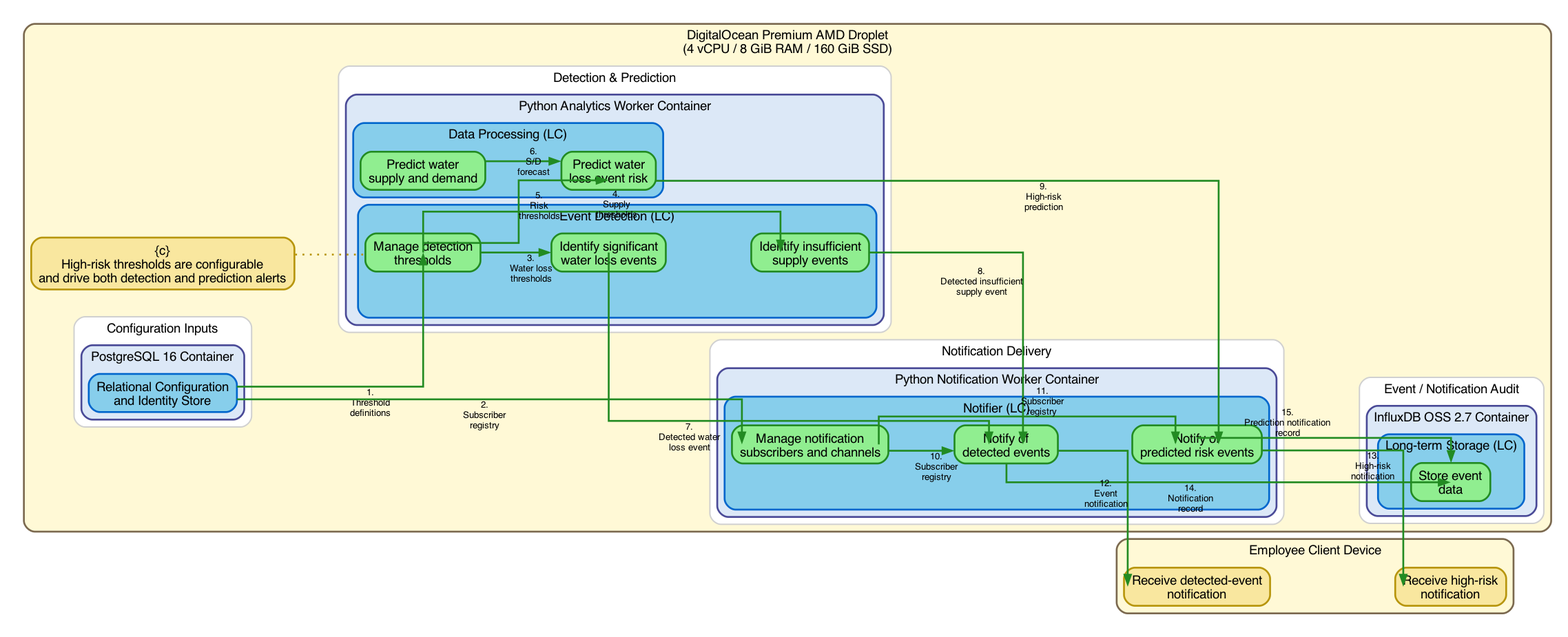
Above: se/PA/scenario_notify_events_and_risks.graphviz.png in DeltaLabo/ASADA_Paso_Ancho (Graphviz), before the change. Its source is kept beside it as se/PA/scenario_notify_events_and_risks.dot. Its diagram source:
```dot
digraph ScenarioNotifyEventsAndRisks {
  graph [
    rankdir=LR,
    splines=ortho,
    newrank=true,
    nodesep=0.55,
    ranksep=1.0,
    pad=0.25,
    compound=true,
    forcelabels=true,
    bgcolor="white",
    fontname="Helvetica"
  ];

  node [
    shape=box,
    style="rounded,filled",
    fillcolor="#FFFCB7",
    color="#7B694F",
    penwidth=2,
    fontname="Helvetica",
    margin="0.12,0.08"
  ];

  edge [
    color="#228B22",
    penwidth=2,
    fontname="Helvetica",
    fontsize=10
  ];

  subgraph cluster_server_host {
    label="DigitalOcean Premium AMD Droplet\n(4 vCPU / 8 GiB RAM / 160 GiB SSD)";
    color="#7B694F";
    penwidth=2;
    style="rounded,filled";
    fillcolor="#FFF9D6";

    subgraph cluster_configuration_inputs {
      label="Configuration Inputs";
      color="#D0D0D0";
      penwidth=1.5;
      style="rounded,filled";
      fillcolor="white";

      subgraph cluster_postgres {
        label="PostgreSQL 16 Container";
        color="#4A4A97";
        penwidth=2;
        style="rounded,filled";
        fillcolor="#DCE8F7";

        lc_rel_config [label="Relational Configuration\nand Identity Store", fillcolor="#87CEEB", color="#0066CC"];
      }
    }

    subgraph cluster_detection_prediction {
      label="Detection & Prediction";
      color="#D0D0D0";
      penwidth=1.5;
      style="rounded,filled";
      fillcolor="white";

      subgraph cluster_analytics_container {
        label="Python Analytics Worker Container";
        color="#4A4A97";
        penwidth=2;
        style="rounded,filled";
        fillcolor="#DCE8F7";

        subgraph cluster_event_lc {
          label="Event Detection (LC)";
          color="#0066CC";
          penwidth=2;
          style="rounded,filled";
          fillcolor="#87CEEB";

          LF_ED_CONF [label="Manage detection\nthresholds", fillcolor="#90EE90", color="#228B22"];
          LF_ED3 [label="Identify significant\nwater loss events", fillcolor="#90EE90", color="#228B22"];
          LF_ED4 [label="Identify insufficient\nsupply events", fillcolor="#90EE90", color="#228B22"];
        }

        subgraph cluster_processing_lc {
          label="Data Processing (LC)";
          color="#0066CC";
          penwidth=2;
          style="rounded,filled";
          fillcolor="#87CEEB";

          LF_DP1 [label="Predict water\nsupply and demand", fillcolor="#90EE90", color="#228B22"];
          LF_DP3 [label="Predict water\nloss event risk", fillcolor="#90EE90", color="#228B22"];
        }

        analytics_pad [label="", shape=point, width=0.01, height=0.01, style=invis];

        LF_ED_CONF -> LF_ED3 -> LF_ED4 [style=invis, weight=15];
        LF_DP1 -> LF_DP3 -> analytics_pad [style=invis, weight=15];
        { rank=same; LF_ED_CONF; LF_DP1; }
        { rank=same; LF_ED3; LF_DP3; }
        { rank=same; LF_ED4; analytics_pad; }
      }
    }

    subgraph cluster_notification_delivery {
      label="Notification Delivery";
      color="#D0D0D0";
      penwidth=1.5;
      style="rounded,filled";
      fillcolor="white";

      subgraph cluster_notifier {
        label="Python Notification Worker Container";
        color="#4A4A97";
        penwidth=2;
        style="rounded,filled";
        fillcolor="#DCE8F7";

        subgraph cluster_notifier_lc {
          label="Notifier (LC)";
          color="#0066CC";
          penwidth=2;
          style="rounded,filled";
          fillcolor="#87CEEB";

          LF_N_SUB [label="Manage notification\nsubscribers and channels", fillcolor="#90EE90", color="#228B22"];
          LF_N_EV [label="Notify of\ndetected events", fillcolor="#90EE90", color="#228B22"];
          LF_N_PRED [label="Notify of\npredicted risk events", fillcolor="#90EE90", color="#228B22"];

          LF_N_SUB -> LF_N_EV [style=invis, weight=15];
          LF_N_EV -> LF_N_PRED [style=invis, weight=15];
        }
      }
    }

    subgraph cluster_event_audit {
      label="Event / Notification Audit";
      color="#D0D0D0";
      penwidth=1.5;
      style="rounded,filled";
      fillcolor="white";

      subgraph cluster_influxdb {
        label="InfluxDB OSS 2.7 Container";
        color="#4A4A97";
        penwidth=2;
        style="rounded,filled";
        fillcolor="#DCE8F7";

        subgraph cluster_lts_lc {
          label="Long-term Storage (LC)";
          color="#0066CC";
          penwidth=2;
          style="rounded,filled";
          fillcolor="#87CEEB";

          LF_LTS6 [label="Store event\ndata", fillcolor="#90EE90", color="#228B22"];
        }
      }
    }

    threshold_c [label="{c}\nHigh-risk thresholds are configurable\nand drive both detection and prediction alerts", fillcolor="#F9E79F", color="#B7950B"];
  }

  subgraph cluster_employee_device {
    label="Employee Client Device";
    color="#7B694F";
    penwidth=2;
    style="rounded,filled";
    fillcolor="#FFF9D6";

    F_RECEIVE_EVENT [label="Receive detected-event\nnotification", fillcolor="#F9E79F", color="#B7950B"];
    F_RECEIVE_RISK [label="Receive high-risk\nnotification", fillcolor="#F9E79F", color="#B7950B"];

    F_RECEIVE_EVENT -> F_RECEIVE_RISK [style=invis, weight=15];
  }

  lc_rel_config:e -> LF_ED_CONF:w [xlabel="1.\nThreshold\ndefinitions"];
  lc_rel_config:e -> LF_N_SUB:w [xlabel="2.\nSubscriber\nregistry"];
  LF_ED_CONF:e -> LF_ED3:w [xlabel="3.\nWater loss\nthresholds"];
  LF_ED_CONF:e -> LF_ED4:w [xlabel="4.\nSupply\nthresholds"];
  LF_ED_CONF:s -> LF_DP3:n [xlabel="5.\nRisk\nthresholds"];
  LF_DP1:e -> LF_DP3:w [xlabel="6.\nS/D\nforecast"];
  LF_ED3:e -> LF_N_EV:w [xlabel="7.\nDetected water\nloss event"];
  LF_ED4:e -> LF_N_EV:w [xlabel="8.\nDetected insufficient\nsupply event"];
  LF_DP3:e -> LF_N_PRED:w [xlabel="9.\nHigh-risk\nprediction"];
  LF_N_SUB:e -> LF_N_EV:w [xlabel="10.\nSubscriber\nregistry"];
  LF_N_SUB:e -> LF_N_PRED:w [xlabel="11.\nSubscriber\nregistry"];
  LF_N_EV:e -> F_RECEIVE_EVENT:w [xlabel="12.\nEvent\nnotification"];
  LF_N_PRED:e -> F_RECEIVE_RISK:w [xlabel="13.\nHigh-risk\nnotification"];
  LF_N_EV:s -> LF_LTS6:n [xlabel="14.\nNotification\nrecord"];
  LF_N_PRED:s -> LF_LTS6:n [xlabel="15.\nPrediction notification\nrecord"];

  threshold_c -> LF_ED_CONF [style=dotted, arrowhead=none, color="#B7950B", constraint=false];
}
```
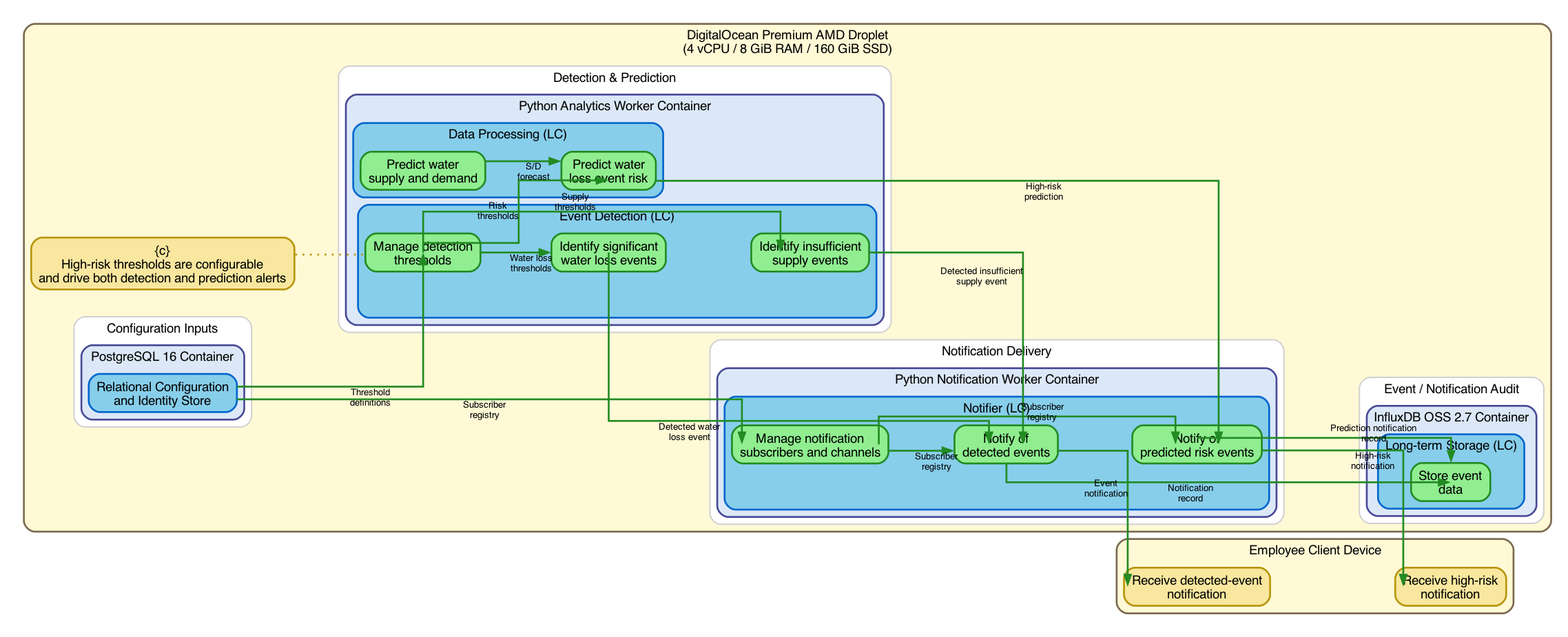
The same diagram one commit later.

The edit, as a diff of the source:
```diff
@@ -174,21 +174,21 @@
     F_RECEIVE_EVENT -> F_RECEIVE_RISK [style=invis, weight=15];
   }
 
-  lc_rel_config:e -> LF_ED_CONF:w [xlabel="1.\nThreshold\ndefinitions"];
-  lc_rel_config:e -> LF_N_SUB:w [xlabel="2.\nSubscriber\nregistry"];
-  LF_ED_CONF:e -> LF_ED3:w [xlabel="3.\nWater loss\nthresholds"];
-  LF_ED_CONF:e -> LF_ED4:w [xlabel="4.\nSupply\nthresholds"];
-  LF_ED_CONF:s -> LF_DP3:n [xlabel="5.\nRisk\nthresholds"];
-  LF_DP1:e -> LF_DP3:w [xlabel="6.\nS/D\nforecast"];
-  LF_ED3:e -> LF_N_EV:w [xlabel="7.\nDetected water\nloss event"];
-  LF_ED4:e -> LF_N_EV:w [xlabel="8.\nDetected insufficient\nsupply event"];
-  LF_DP3:e -> LF_N_PRED:w [xlabel="9.\nHigh-risk\nprediction"];
-  LF_N_SUB:e -> LF_N_EV:w [xlabel="10.\nSubscriber\nregistry"];
-  LF_N_SUB:e -> LF_N_PRED:w [xlabel="11.\nSubscriber\nregistry"];
-  LF_N_EV:e -> F_RECEIVE_EVENT:w [xlabel="12.\nEvent\nnotification"];
-  LF_N_PRED:e -> F_RECEIVE_RISK:w [xlabel="13.\nHigh-risk\nnotification"];
-  LF_N_EV:s -> LF_LTS6:n [xlabel="14.\nNotification\nrecord"];
-  LF_N_PRED:s -> LF_LTS6:n [xlabel="15.\nPrediction notification\nrecord"];
+  lc_rel_config:e -> LF_ED_CONF:w [xlabel="Threshold\ndefinitions"];
+  lc_rel_config:e -> LF_N_SUB:w [xlabel="Subscriber\nregistry"];
+  LF_ED_CONF:e -> LF_ED3:w [xlabel="Water loss\nthresholds"];
+  LF_ED_CONF:e -> LF_ED4:w [xlabel="Supply\nthresholds"];
+  LF_ED_CONF:s -> LF_DP3:n [xlabel="Risk\nthresholds"];
+  LF_DP1:e -> LF_DP3:w [xlabel="S/D\nforecast"];
+  LF_ED3:e -> LF_N_EV:w [xlabel="Detected water\nloss event"];
+  LF_ED4:e -> LF_N_EV:w [xlabel="Detected insufficient\nsupply event"];
+  LF_DP3:e -> LF_N_PRED:w [xlabel="High-risk\nprediction"];
+  LF_N_SUB:e -> LF_N_EV:w [xlabel="Subscriber\nregistry"];
+  LF_N_SUB:e -> LF_N_PRED:w [xlabel="Subscriber\nregistry"];
+  LF_N_EV:e -> F_RECEIVE_EVENT:w [xlabel="Event\nnotification"];
+  LF_N_PRED:e -> F_RECEIVE_RISK:w [xlabel="High-risk\nnotification"];
+  LF_N_EV:s -> LF_LTS6:n [xlabel="Notification\nrecord"];
+  LF_N_PRED:s -> LF_LTS6:n [xlabel="Prediction notification\nrecord"];
 
   threshold_c -> LF_ED_CONF [style=dotted, arrowhead=none, color="#B7950B", constraint=false];
 }
```
